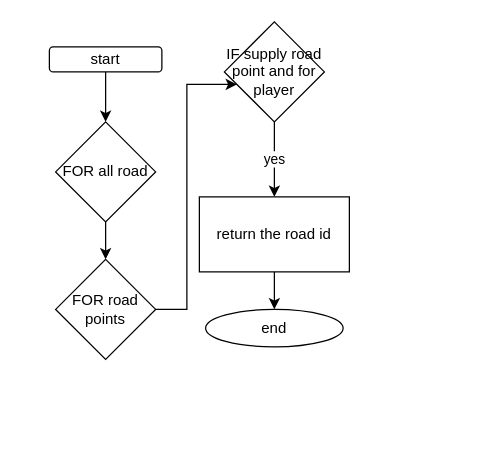
sivagit/diagrams keeps this draw.io diagram as Agents/findTruckDeliveryRoad.drawio. Above is the earlier version. Source tidied: cells renumbered, new cells numbered last; positions are measured from the earlier drawing's top-left corner, leaving out a move shared by most shapes. Both pictures are drawn from the tidied source at 125%, with x=0, y=0 at pixel (49, 21).
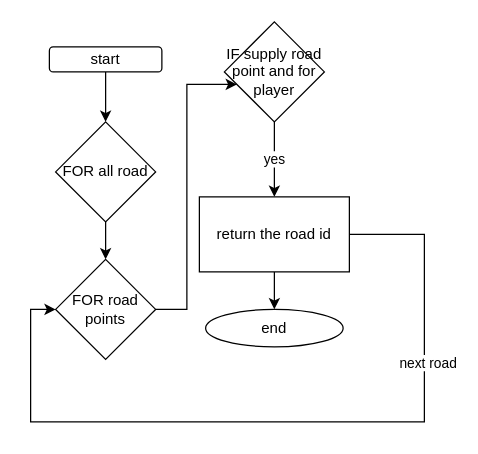
The same diagram, later.

Change to the diagram source:
```diff
@@
 <mxGraphModel>
   <root>
     <mxCell id="0" />
     <mxCell id="1" parent="0" />
     <mxCell id="2" style="edgeStyle=orthogonalEdgeStyle;rounded=0;jettySize=auto;html=1;" parent="1" edge="1" source="3" target="5">
       <mxGeometry relative="1" as="geometry" />
     </mxCell>
     <mxCell id="3" value="start" style="rounded=1;whiteSpace=wrap;html=1;" parent="1" vertex="1">
       <mxGeometry y="20" width="90" height="20" as="geometry" />
     </mxCell>
     <mxCell id="4" style="edgeStyle=orthogonalEdgeStyle;rounded=0;jettySize=auto;html=1;" parent="1" edge="1" source="5" target="7">
       <mxGeometry relative="1" as="geometry" />
     </mxCell>
     <mxCell id="5" value="FOR all road" style="rhombus;whiteSpace=wrap;html=1;" parent="1" vertex="1">
       <mxGeometry x="5" y="80" width="80" height="80" as="geometry" />
     </mxCell>
     <mxCell id="6" style="edgeStyle=orthogonalEdgeStyle;rounded=0;jettySize=auto;html=1;" parent="1" edge="1" source="7" target="9">
       <mxGeometry relative="1" as="geometry">
         <Array as="points">
           <mxPoint x="110" y="230" />
           <mxPoint x="110" y="50" />
         </Array>
       </mxGeometry>
     </mxCell>
     <mxCell id="7" value="FOR road points" style="rhombus;whiteSpace=wrap;html=1;" parent="1" vertex="1">
       <mxGeometry x="5" y="190" width="80" height="80" as="geometry" />
     </mxCell>
     <mxCell id="8" value="yes" style="edgeStyle=orthogonalEdgeStyle;rounded=0;jettySize=auto;html=1;" parent="1" edge="1" source="9" target="11">
       <mxGeometry relative="1" as="geometry" />
     </mxCell>
     <mxCell id="9" value="IF supply road point and for player" style="rhombus;whiteSpace=wrap;html=1;" parent="1" vertex="1">
       <mxGeometry x="140" width="80" height="80" as="geometry" />
     </mxCell>
     <mxCell id="10" style="edgeStyle=orthogonalEdgeStyle;rounded=0;jettySize=auto;html=1;" parent="1" edge="1" source="11" target="12">
       <mxGeometry relative="1" as="geometry" />
     </mxCell>
+    <mxCell id="13" style="edgeStyle=orthogonalEdgeStyle;rounded=0;jettySize=auto;html=1;entryX=0;entryY=0.5;entryDx=0;entryDy=0;" parent="1" edge="1" source="11" target="7">
+      <mxGeometry relative="1" as="geometry">
+        <Array as="points">
+          <mxPoint x="300" y="170" />
+          <mxPoint x="300" y="320" />
+          <mxPoint x="-15" y="320" />
+          <mxPoint x="-15" y="230" />
+        </Array>
+      </mxGeometry>
+    </mxCell>
+    <mxCell id="14" value="next road" style="edgeLabel;html=1;align=center;verticalAlign=middle;" parent="13" vertex="1">
+      <mxGeometry x="-0.49" y="2" relative="1" as="geometry" />
+    </mxCell>
     <mxCell id="11" value="return the road id" style="whiteSpace=wrap;html=1;" parent="1" vertex="1">
       <mxGeometry x="120" y="140" width="120" height="60" as="geometry" />
     </mxCell>
     <mxCell id="12" value="end" style="ellipse;whiteSpace=wrap;html=1;" parent="1" vertex="1">
       <mxGeometry x="125" y="230" width="110" height="30" as="geometry" />
     </mxCell>
   </root>
 </mxGraphModel>
```
